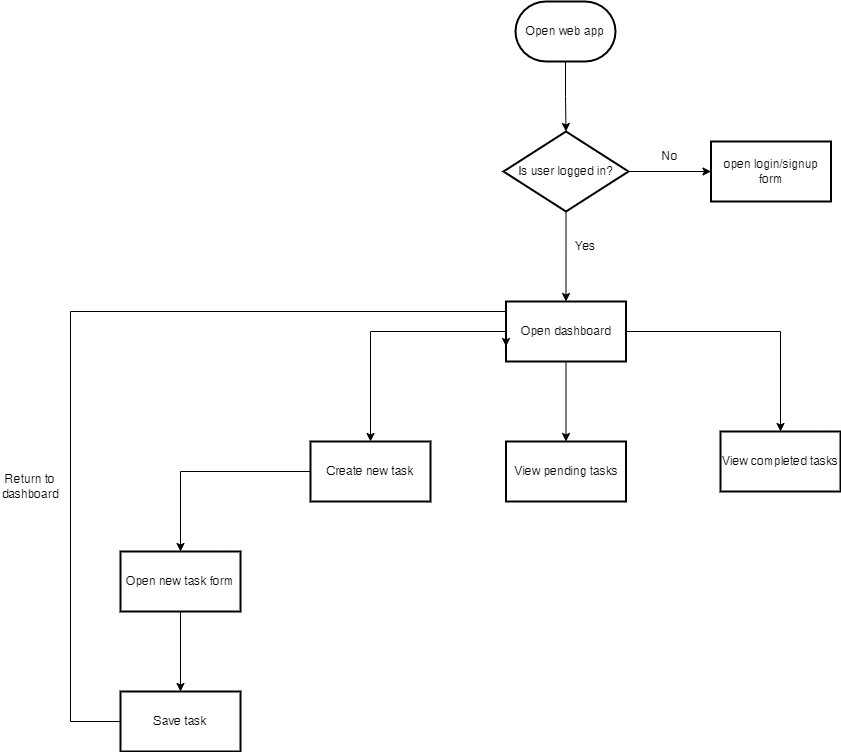
Above: images/flowchart.png in bintjahsh/alx_capstone_project (draw.io), before the change. Source tidied: cells renumbered, new cells last; positions are measured from the earlier drawing's top-left corner, leaving out a move shared by most shapes.
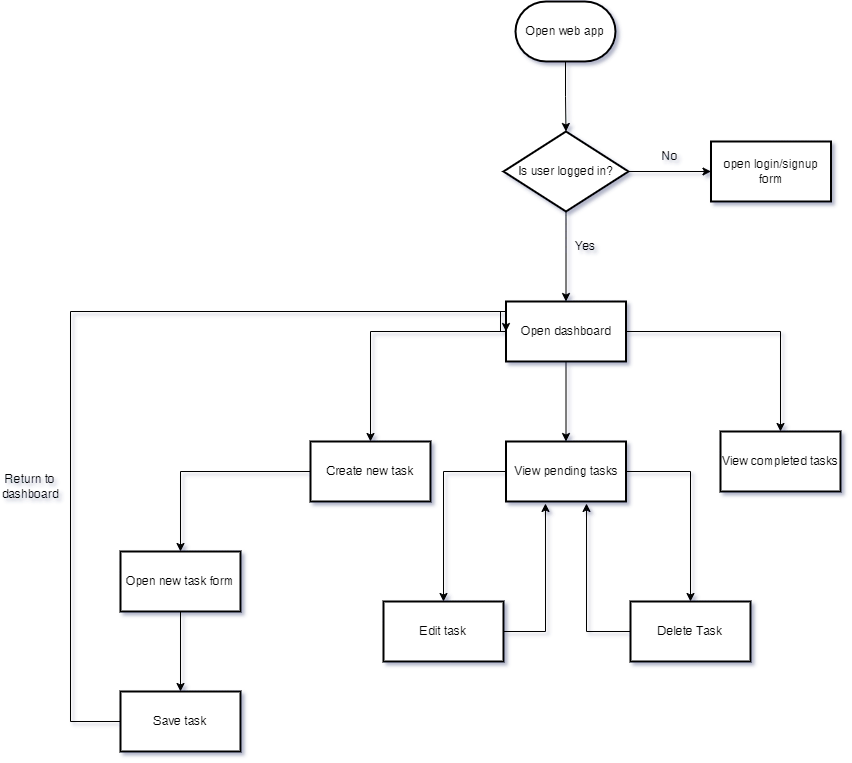
The same file after the commit.

The edit, as a diff of the source:
```diff
@@ -44,6 +44,12 @@
     <mxCell id="15" value="No" style="text;strokeColor=none;align=center;fillColor=none;html=1;verticalAlign=middle;whiteSpace=wrap;rounded=0;" parent="1" vertex="1">
       <mxGeometry x="640" y="140" width="60" height="30" as="geometry" />
     </mxCell>
+    <mxCell id="23" style="edgeStyle=orthogonalEdgeStyle;rounded=0;jettySize=auto;html=1;" parent="1" edge="1" source="16" target="25">
+      <mxGeometry relative="1" as="geometry" />
+    </mxCell>
+    <mxCell id="24" style="edgeStyle=orthogonalEdgeStyle;rounded=0;jettySize=auto;html=1;" parent="1" edge="1" source="16" target="26">
+      <mxGeometry relative="1" as="geometry" />
+    </mxCell>
     <mxCell id="16" value="View pending tasks" style="whiteSpace=wrap;html=1;strokeWidth=2;" parent="1" vertex="1">
       <mxGeometry x="505.5" y="440" width="120" height="60" as="geometry" />
     </mxCell>
@@ -56,12 +62,16 @@
     <mxCell id="19" value="Open new task form" style="whiteSpace=wrap;html=1;strokeWidth=2;" parent="1" vertex="1">
       <mxGeometry x="120" y="550" width="120" height="60" as="geometry" />
     </mxCell>
-    <mxCell id="20" style="edgeStyle=orthogonalEdgeStyle;rounded=0;jettySize=auto;html=1;entryX=0;entryY=0.75;entryDx=0;entryDy=0;" parent="1" edge="1" source="21" target="10">
+    <mxCell id="20" style="edgeStyle=orthogonalEdgeStyle;rounded=0;jettySize=auto;html=1;entryX=0;entryY=0.5;entryDx=0;entryDy=0;" parent="1" edge="1" source="21" target="10">
       <mxGeometry relative="1" as="geometry">
         <Array as="points">
           <mxPoint x="70" y="720" />
           <mxPoint x="70" y="310" />
           <mxPoint x="506" y="310" />
+          <mxPoint x="506" y="330" />
+          <mxPoint x="500" y="330" />
+          <mxPoint x="500" y="310" />
+          <mxPoint x="506" y="310" />
         </Array>
       </mxGeometry>
     </mxCell>
@@ -71,5 +81,17 @@
     <mxCell id="22" value="Return to dashboard" style="text;strokeColor=none;align=center;fillColor=none;html=1;verticalAlign=middle;whiteSpace=wrap;rounded=0;" parent="1" vertex="1">
       <mxGeometry y="470" width="60" height="30" as="geometry" />
     </mxCell>
+    <mxCell id="25" value="Edit task" style="whiteSpace=wrap;html=1;strokeWidth=2;" parent="1" vertex="1">
+      <mxGeometry x="383" y="600" width="120" height="60" as="geometry" />
+    </mxCell>
+    <mxCell id="26" value="Delete Task" style="whiteSpace=wrap;html=1;strokeWidth=2;" parent="1" vertex="1">
+      <mxGeometry x="630" y="600" width="120" height="60" as="geometry" />
+    </mxCell>
+    <mxCell id="27" style="edgeStyle=orthogonalEdgeStyle;rounded=0;jettySize=auto;html=1;entryX=0.671;entryY=1.033;entryDx=0;entryDy=0;entryPerimeter=0;" parent="1" edge="1" source="26" target="16">
+      <mxGeometry relative="1" as="geometry" />
+    </mxCell>
+    <mxCell id="28" style="edgeStyle=orthogonalEdgeStyle;rounded=0;jettySize=auto;html=1;entryX=0.329;entryY=1.033;entryDx=0;entryDy=0;entryPerimeter=0;" parent="1" edge="1" source="25" target="16">
+      <mxGeometry relative="1" as="geometry" />
+    </mxCell>
   </root>
 </mxGraphModel>
```
